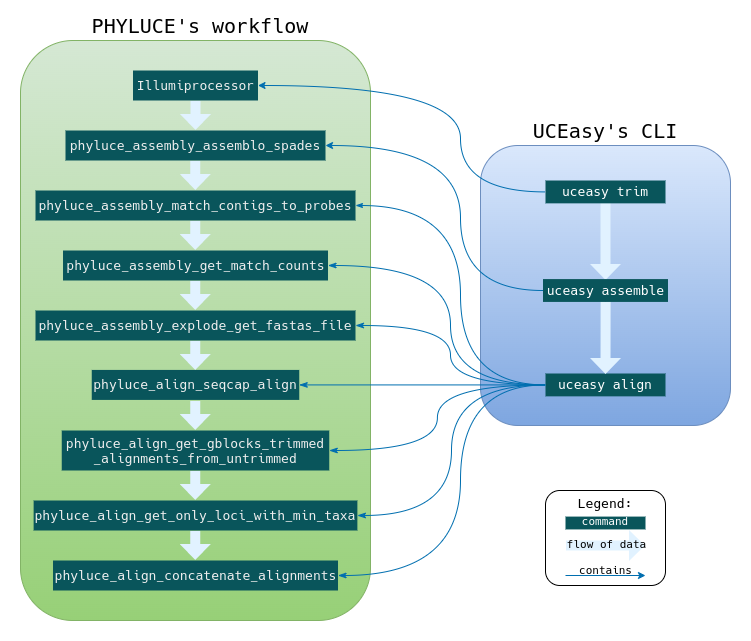
This is docs/img/phyluce-uceasy-comparison.png from uceasy/uceasy, a draw.io export, as it was before one commit. Source tidied: cells renumbered, new cells last; positions are measured from the earlier drawing's top-left corner, leaving out a move shared by most shapes.
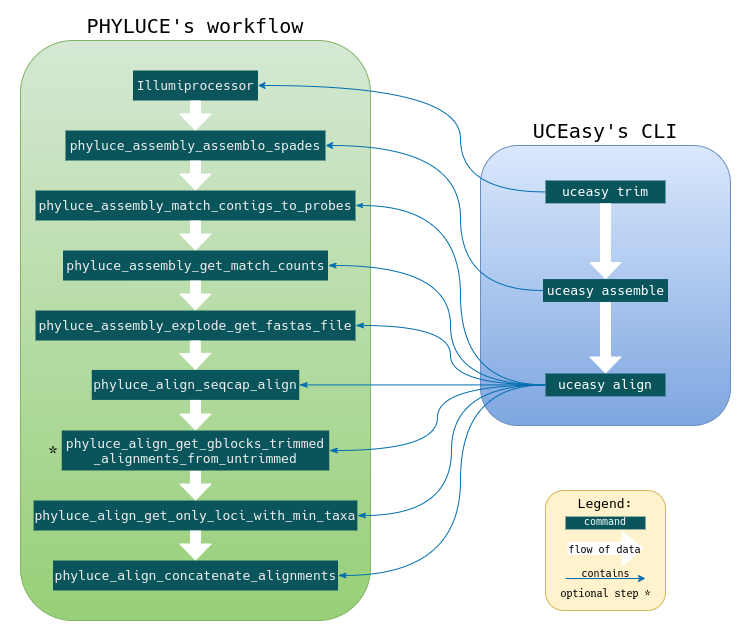
Later version of the same file.

Diff of the diagram source:
```diff
@@ -21,67 +21,57 @@
       <mxGeometry x="62.5" y="250" width="265" height="30" as="geometry" />
     </mxCell>
     <mxCell id="8" value="phyluce_align_seqcap_align" style="rounded=0;whiteSpace=wrap;html=1;sketch=0;fontColor=#EEEEEE;strokeColor=none;fillColor=#09555B;fontFamily=Hack;fontSize=13;" parent="1" vertex="1">
-      <mxGeometry x="91.2" y="369.4" width="207.5" height="30" as="geometry" />
+      <mxGeometry x="91.3" y="369.4" width="207.5" height="30" as="geometry" />
     </mxCell>
     <mxCell id="9" value="phyluce_assembly_explode_get_fastas_file" style="rounded=0;whiteSpace=wrap;html=1;sketch=0;fontColor=#EEEEEE;strokeColor=none;fillColor=#09555B;fontFamily=Hack;fontSize=13;" parent="1" vertex="1">
       <mxGeometry x="35" y="310" width="320" height="30" as="geometry" />
     </mxCell>
-    <mxCell id="10" value="phyluce_align_get_gblocks_trimmed&lt;br style=&quot;font-size: 13px;&quot;&gt;_alignments_from_untrimmed" style="rounded=0;whiteSpace=wrap;html=1;sketch=0;fontColor=#EEEEEE;strokeColor=none;fillColor=#09555B;fontFamily=Hack;fontSize=13;" parent="1" vertex="1">
-      <mxGeometry x="61.2" y="430" width="267.5" height="40" as="geometry" />
-    </mxCell>
     <mxCell id="11" value="phyluce_align_get_only_loci_with_min_taxa" style="rounded=0;whiteSpace=wrap;html=1;sketch=0;fontColor=#EEEEEE;strokeColor=none;fillColor=#09555B;fontFamily=Hack;fontSize=13;" parent="1" vertex="1">
       <mxGeometry x="33.1" y="500" width="323.8" height="30" as="geometry" />
     </mxCell>
     <mxCell id="12" value="phyluce_align_concatenate_alignments" style="rounded=0;whiteSpace=wrap;html=1;sketch=0;fontColor=#EEEEEE;strokeColor=none;fillColor=#09555B;fontFamily=Hack;fontSize=13;" parent="1" vertex="1">
       <mxGeometry x="52.5" y="560" width="285" height="30" as="geometry" />
     </mxCell>
-    <mxCell id="13" style="shape=flexArrow;endArrow=classic;html=1;rounded=0;fontFamily=Hack;fontSize=13;horizontal=1;strokeWidth=1;endSize=5;startSize=4;strokeColor=none;entryX=0.5;entryY=0;entryDx=0;entryDy=0;exitX=0.5;exitY=1;exitDx=0;exitDy=0;fillColor=#E1F2FF;" parent="1" edge="1" source="4" target="5">
-      <mxGeometry relative="1" as="geometry" />
+    <mxCell id="13" style="shape=flexArrow;endArrow=classic;html=1;rounded=0;fontFamily=Hack;fontSize=13;horizontal=1;strokeWidth=1;endSize=5;startSize=4;strokeColor=#FFFFFF;entryX=0.5;entryY=0;entryDx=0;entryDy=0;exitX=0.5;exitY=1;exitDx=0;exitDy=0;fillColor=#FFFFFF;" parent="1" edge="1" source="4" target="5">
+      <mxGeometry relative="1" as="geometry">
+        <Array as="points">
+          <mxPoint x="195" y="120" />
+        </Array>
+      </mxGeometry>
     </mxCell>
-    <mxCell id="14" style="shape=flexArrow;endArrow=classic;html=1;rounded=0;fontFamily=Hack;fontSize=13;horizontal=1;strokeWidth=1;endSize=5;startSize=4;strokeColor=none;entryX=0.5;entryY=0;entryDx=0;entryDy=0;exitX=0.5;exitY=1;exitDx=0;exitDy=0;fillColor=#E1F2FF;" parent="1" edge="1">
+    <mxCell id="14" style="shape=flexArrow;endArrow=classic;html=1;rounded=0;fontFamily=Hack;fontSize=13;horizontal=1;strokeWidth=1;endSize=5;startSize=4;strokeColor=#FFFFFF;entryX=0.5;entryY=0;entryDx=0;entryDy=0;exitX=0.5;exitY=1;exitDx=0;exitDy=0;fillColor=#FFFFFF;" parent="1" edge="1">
       <mxGeometry relative="1" as="geometry">
-        <mxPoint x="194.8" y="160" as="sourcePoint" />
-        <mxPoint x="194.8" y="190" as="targetPoint" />
+        <mxPoint x="194.9" y="160" as="sourcePoint" />
+        <mxPoint x="194.9" y="190" as="targetPoint" />
       </mxGeometry>
     </mxCell>
-    <mxCell id="15" style="shape=flexArrow;endArrow=classic;html=1;rounded=0;fontFamily=Hack;fontSize=13;horizontal=1;strokeWidth=1;endSize=5;startSize=4;strokeColor=none;entryX=0.5;entryY=0;entryDx=0;entryDy=0;exitX=0.5;exitY=1;exitDx=0;exitDy=0;fillColor=#E1F2FF;" parent="1" edge="1">
+    <mxCell id="15" style="shape=flexArrow;endArrow=classic;html=1;rounded=0;fontFamily=Hack;fontSize=13;horizontal=1;strokeWidth=1;endSize=5;startSize=4;strokeColor=#FFFFFF;entryX=0.5;entryY=0;entryDx=0;entryDy=0;exitX=0.5;exitY=1;exitDx=0;exitDy=0;fillColor=#FFFFFF;" parent="1" edge="1">
       <mxGeometry relative="1" as="geometry">
-        <mxPoint x="194.8" y="220" as="sourcePoint" />
-        <mxPoint x="194.8" y="250" as="targetPoint" />
+        <mxPoint x="194.9" y="220" as="sourcePoint" />
+        <mxPoint x="194.9" y="250" as="targetPoint" />
       </mxGeometry>
     </mxCell>
+    <mxCell id="17" style="shape=flexArrow;endArrow=classic;html=1;rounded=0;fontFamily=Hack;fontSize=13;horizontal=1;strokeWidth=1;endSize=5;startSize=4;strokeColor=#FFFFFF;entryX=0.5;entryY=0;entryDx=0;entryDy=0;exitX=0.5;exitY=1;exitDx=0;exitDy=0;fillColor=#FFFFFF;" parent="1" edge="1" source="8" target="10">
+      <mxGeometry relative="1" as="geometry" />
+    </mxCell>
-    <mxCell id="16" style="shape=flexArrow;endArrow=classic;html=1;rounded=0;fontFamily=Hack;fontSize=13;horizontal=1;strokeWidth=1;endSize=5;startSize=4;strokeColor=none;entryX=0.5;entryY=0;entryDx=0;entryDy=0;exitX=0.5;exitY=1;exitDx=0;exitDy=0;fillColor=#E1F2FF;" parent="1" edge="1">
-      <mxGeometry relative="1" as="geometry">
-        <mxPoint x="194.8" y="470" as="sourcePoint" />
-        <mxPoint x="194.8" y="500" as="targetPoint" />
-      </mxGeometry>
+    <mxCell id="16" style="shape=flexArrow;endArrow=classic;html=1;rounded=0;fontFamily=Hack;fontSize=13;horizontal=1;strokeWidth=1;endSize=5;startSize=4;strokeColor=#FFFFFF;entryX=0.5;entryY=0;entryDx=0;entryDy=0;exitX=0.5;exitY=1;exitDx=0;exitDy=0;fillColor=#FFFFFF;" parent="1" edge="1" source="10" target="11">
+      <mxGeometry relative="1" as="geometry" />
     </mxCell>
-    <mxCell id="17" style="shape=flexArrow;endArrow=classic;html=1;rounded=0;fontFamily=Hack;fontSize=13;horizontal=1;strokeWidth=1;endSize=5;startSize=4;strokeColor=none;entryX=0.5;entryY=0;entryDx=0;entryDy=0;exitX=0.5;exitY=1;exitDx=0;exitDy=0;fillColor=#E1F2FF;" parent="1" edge="1">
-      <mxGeometry relative="1" as="geometry">
-        <mxPoint x="194.8" y="400" as="sourcePoint" />
-        <mxPoint x="194.8" y="430" as="targetPoint" />
-      </mxGeometry>
-    </mxCell>
-    <mxCell id="18" style="shape=flexArrow;endArrow=classic;html=1;rounded=0;fontFamily=Hack;fontSize=13;horizontal=1;strokeWidth=1;endSize=5;startSize=4;strokeColor=none;entryX=0.5;entryY=0;entryDx=0;entryDy=0;exitX=0.5;exitY=1;exitDx=0;exitDy=0;fillColor=#E1F2FF;" parent="1" edge="1">
+    <mxCell id="18" style="shape=flexArrow;endArrow=classic;html=1;rounded=0;fontFamily=Hack;fontSize=13;horizontal=1;strokeWidth=1;endSize=5;startSize=4;strokeColor=#FFFFFF;entryX=0.5;entryY=0;entryDx=0;entryDy=0;exitX=0.5;exitY=1;exitDx=0;exitDy=0;fillColor=#FFFFFF;" parent="1" edge="1" target="8">
       <mxGeometry relative="1" as="geometry">
         <mxPoint x="194.8" y="340" as="sourcePoint" />
-        <mxPoint x="194.8" y="370" as="targetPoint" />
       </mxGeometry>
     </mxCell>
-    <mxCell id="19" style="shape=flexArrow;endArrow=classic;html=1;rounded=0;fontFamily=Hack;fontSize=13;horizontal=1;strokeWidth=1;endSize=5;startSize=4;strokeColor=none;entryX=0.5;entryY=0;entryDx=0;entryDy=0;exitX=0.5;exitY=1;exitDx=0;exitDy=0;fillColor=#E1F2FF;" parent="1" edge="1">
+    <mxCell id="19" style="shape=flexArrow;endArrow=classic;html=1;rounded=0;fontFamily=Hack;fontSize=13;horizontal=1;strokeWidth=1;endSize=5;startSize=4;strokeColor=#FFFFFF;entryX=0.5;entryY=0;entryDx=0;entryDy=0;fillColor=#FFFFFF;" parent="1" edge="1" source="7">
       <mxGeometry relative="1" as="geometry">
-        <mxPoint x="194.8" y="280" as="sourcePoint" />
-        <mxPoint x="194.8" y="310" as="targetPoint" />
+        <mxPoint x="194.9" y="310" as="targetPoint" />
       </mxGeometry>
     </mxCell>
-    <mxCell id="20" style="shape=flexArrow;endArrow=classic;html=1;rounded=0;fontFamily=Hack;fontSize=13;horizontal=1;strokeWidth=1;endSize=5;startSize=4;strokeColor=none;entryX=0.5;entryY=0;entryDx=0;entryDy=0;exitX=0.5;exitY=1;exitDx=0;exitDy=0;fillColor=#E1F2FF;" parent="1" edge="1">
-      <mxGeometry relative="1" as="geometry">
-        <mxPoint x="194.8" y="530" as="sourcePoint" />
-        <mxPoint x="194.8" y="560" as="targetPoint" />
-      </mxGeometry>
+    <mxCell id="20" style="shape=flexArrow;endArrow=classic;html=1;rounded=0;fontFamily=Hack;fontSize=13;horizontal=1;strokeWidth=1;endSize=5;startSize=4;strokeColor=#FFFFFF;entryX=0.5;entryY=0;entryDx=0;entryDy=0;exitX=0.5;exitY=1;exitDx=0;exitDy=0;fillColor=#FFFFFF;" parent="1" edge="1" source="11" target="12">
+      <mxGeometry relative="1" as="geometry" />
     </mxCell>
     <mxCell id="21" value="&lt;font style=&quot;font-size: 20px;&quot;&gt;PHYLUCE's workflow&lt;/font&gt;" style="text;html=1;strokeColor=none;fillColor=none;align=center;verticalAlign=middle;whiteSpace=wrap;rounded=0;fontFamily=Hack;fontSize=20;" parent="1" vertex="1">
-      <mxGeometry x="76.2" y="10" width="247.5" height="30" as="geometry" />
+      <mxGeometry x="71.3" y="10" width="247.5" height="30" as="geometry" />
     </mxCell>
     <mxCell id="22" style="group;fontSize=13;" parent="1" vertex="1">
       <mxGeometry x="480" y="125" width="250" height="330" as="geometry" />
@@ -89,28 +79,18 @@
     <mxCell id="23" style="rounded=1;whiteSpace=wrap;html=1;fillColor=#dae8fc;strokeColor=#6c8ebf;gradientColor=#7ea6e0;fontSize=13;" parent="22" vertex="1">
       <mxGeometry y="20" width="250" height="280" as="geometry" />
     </mxCell>
-    <mxCell id="24" style="edgeStyle=orthogonalEdgeStyle;curved=1;jettySize=auto;html=1;fontFamily=Hack;fontSize=13;" parent="22" edge="1" target="25">
-      <mxGeometry x="575" y="282.1" as="geometry">
-        <mxPoint x="125" y="80" as="sourcePoint" />
-      </mxGeometry>
-    </mxCell>
     <mxCell id="25" value="uceasy align" style="rounded=0;whiteSpace=wrap;html=1;fillColor=#09555B;fontColor=#ffffff;strokeColor=none;fontFamily=Hack;fontSize=13;" parent="22" vertex="1">
       <mxGeometry x="65" y="248" width="120" height="22.9" as="geometry" />
     </mxCell>
-    <mxCell id="26" style="shape=flexArrow;endArrow=classic;html=1;rounded=0;fontFamily=Hack;fontSize=13;horizontal=1;strokeWidth=1;endSize=5;startSize=4;strokeColor=none;entryX=0.5;entryY=0.045;entryDx=0;entryDy=0;exitX=0.501;exitY=0.946;exitDx=0;exitDy=0;fillColor=#E1F2FF;exitPerimeter=0;entryPerimeter=0;" parent="22" edge="1" source="31" target="25">
+    <mxCell id="26" style="shape=flexArrow;endArrow=classic;html=1;rounded=0;fontFamily=Hack;fontSize=13;horizontal=1;strokeWidth=1;endSize=5;startSize=4;strokeColor=#FFFFFF;exitX=0.5;exitY=1;exitDx=0;exitDy=0;fillColor=#FFFFFF;entryX=0.5;entryY=0;entryDx=0;entryDy=0;" parent="22" edge="1" source="31" target="25">
       <mxGeometry x="575" y="282.1" as="geometry" />
     </mxCell>
     <mxCell id="27" style="edgeStyle=orthogonalEdgeStyle;curved=1;orthogonalLoop=1;jettySize=auto;html=1;exitX=0.5;exitY=1;exitDx=0;exitDy=0;fontFamily=Hack;fontSize=13;strokeColor=#000000;fillColor=default;" parent="22" edge="1" source="25" target="25">
       <mxGeometry x="575" y="282.1" as="geometry" />
     </mxCell>
-    <mxCell id="28" style="shape=flexArrow;endArrow=classic;html=1;rounded=0;fontFamily=Hack;fontSize=13;horizontal=1;strokeWidth=1;endSize=5;startSize=4;strokeColor=none;fillColor=#E1F2FF;entryX=0.499;entryY=0.059;entryDx=0;entryDy=0;entryPerimeter=0;" parent="22" edge="1" target="31">
-      <mxGeometry x="64.7" y="-48.7" as="geometry">
-        <mxPoint x="125" y="75" as="sourcePoint" />
-      </mxGeometry>
+    <mxCell id="28" style="shape=flexArrow;endArrow=classic;html=1;rounded=0;fontFamily=Hack;fontSize=13;horizontal=1;strokeWidth=1;endSize=5;startSize=4;strokeColor=#FFFFFF;fillColor=default;exitX=0.5;exitY=1;exitDx=0;exitDy=0;entryX=0.5;entryY=0;entryDx=0;entryDy=0;" parent="22" edge="1" source="30" target="31">
+      <mxGeometry x="64.7" y="-48.7" as="geometry" />
     </mxCell>
-    <mxCell id="29" value="&lt;font style=&quot;font-size: 20px;&quot;&gt;UCEasy's CLI&lt;/font&gt;" style="text;html=1;strokeColor=none;fillColor=none;align=center;verticalAlign=middle;whiteSpace=wrap;rounded=0;fontFamily=Hack;fontSize=20;" parent="22" vertex="1">
-      <mxGeometry x="1.2" y="-10" width="247.5" height="30" as="geometry" />
-    </mxCell>
     <mxCell id="30" value="uceasy trim" style="rounded=0;whiteSpace=wrap;html=1;fillColor=#09555B;fontColor=#ffffff;strokeColor=none;fontFamily=Hack;fontSize=13;" parent="22" vertex="1">
       <mxGeometry x="65" y="55" width="120" height="22.9" as="geometry" />
     </mxCell>
@@ -169,37 +149,46 @@
         </Array>
       </mxGeometry>
     </mxCell>
-    <mxCell id="41" style="group;fontSize=13;" parent="1" vertex="1">
-      <mxGeometry x="545" y="490" width="120" height="95" as="geometry" />
-    </mxCell>
+    <mxCell id="49" value="&lt;font face=&quot;Go Mono&quot; style=&quot;font-size: 15px&quot;&gt;*&lt;/font&gt;" style="text;html=1;strokeColor=none;fillColor=none;align=center;verticalAlign=middle;whiteSpace=wrap;rounded=0;" parent="1" vertex="1">
+      <mxGeometry x="46.8" y="440" width="12.5" height="20" as="geometry" />
+    </mxCell>
-    <mxCell id="42" style="rounded=1;whiteSpace=wrap;html=1;fontFamily=Hack;fontSize=13;" parent="41" vertex="1">
-      <mxGeometry width="120" height="95" as="geometry" />
+    <mxCell id="42" style="rounded=1;whiteSpace=wrap;html=1;fontFamily=Hack;fontSize=13;fillColor=#fff2cc;strokeColor=#d6b656;" parent="1" vertex="1">
+      <mxGeometry x="545" y="490" width="120" height="120" as="geometry" />
     </mxCell>
-    <mxCell id="43" value="Legend:" style="text;html=1;strokeColor=none;fillColor=none;align=center;verticalAlign=middle;whiteSpace=wrap;rounded=0;fontFamily=Hack;fontSize=13;" parent="41" vertex="1">
-      <mxGeometry x="30" width="60" height="25" as="geometry" />
+    <mxCell id="43" value="Legend:" style="text;html=1;strokeColor=none;fillColor=none;align=center;verticalAlign=middle;whiteSpace=wrap;rounded=0;fontFamily=Hack;fontSize=13;" parent="1" vertex="1">
+      <mxGeometry x="575" y="490" width="60" height="25" as="geometry" />
     </mxCell>
-    <mxCell id="44" value="&lt;font style=&quot;font-size: 11px;&quot;&gt;&lt;sup style=&quot;font-size: 11px;&quot;&gt;command&lt;/sup&gt;&lt;/font&gt;" style="rounded=0;whiteSpace=wrap;html=1;fillColor=#09555B;fontColor=#ffffff;strokeColor=none;fontFamily=Hack;align=center;fontSize=11;" parent="41" vertex="1">
-      <mxGeometry x="20" y="26.1" width="80" height="12.8" as="geometry" />
+    <mxCell id="44" value="&lt;sup&gt;&lt;font style=&quot;font-size: 10px&quot;&gt;command&lt;/font&gt;&lt;/sup&gt;" style="rounded=0;whiteSpace=wrap;html=1;fillColor=#09555B;fontColor=#ffffff;strokeColor=none;fontFamily=Hack;align=center;fontSize=11;" parent="1" vertex="1">
+      <mxGeometry x="565" y="516.1" width="80" height="12.8" as="geometry" />
     </mxCell>
-    <mxCell id="45" style="shape=flexArrow;endArrow=classic;html=1;rounded=0;fontFamily=Hack;fontSize=13;horizontal=1;strokeWidth=1;endSize=5;startSize=5;strokeColor=none;fillColor=#E1F2FF;labelBackgroundColor=none;sourcePerimeterSpacing=0;targetPerimeterSpacing=0;" parent="41" edge="1">
-      <mxGeometry x="-523.3" y="-310.7" as="geometry">
-        <mxPoint x="20" y="55" as="sourcePoint" />
-        <mxPoint x="100" y="55" as="targetPoint" />
+    <mxCell id="45" style="shape=flexArrow;endArrow=classic;html=1;rounded=0;fontFamily=Hack;fontSize=13;horizontal=1;strokeWidth=4;endSize=6;startSize=6;strokeColor=none;fillColor=#FFFFFF;labelBackgroundColor=none;sourcePerimeterSpacing=0;targetPerimeterSpacing=0;" parent="1" edge="1">
+      <mxGeometry x="51.7" y="292.3" as="geometry">
+        <mxPoint x="565" y="548" as="sourcePoint" />
+        <mxPoint x="645" y="548" as="targetPoint" />
       </mxGeometry>
     </mxCell>
-    <mxCell id="46" value="&lt;font style=&quot;font-size: 11px;&quot;&gt;flow of data&lt;/font&gt;" style="edgeLabel;html=1;align=center;verticalAlign=middle;fontSize=11;fontFamily=Hack;labelBackgroundColor=none;" parent="45" vertex="1">
+    <mxCell id="46" value="&lt;font style=&quot;font-size: 10px&quot;&gt;flow of data&lt;/font&gt;" style="edgeLabel;html=1;align=center;verticalAlign=middle;fontSize=11;fontFamily=Hack;labelBackgroundColor=none;" parent="45" vertex="1">
       <mxGeometry relative="1" as="geometry">
-        <mxPoint y="-2" as="offset" />
+        <mxPoint x="-2" as="offset" />
       </mxGeometry>
     </mxCell>
-    <mxCell id="47" style="endArrow=classic;html=1;labelBackgroundColor=none;fontFamily=Hack;fontSize=13;startSize=5;endSize=5;sourcePerimeterSpacing=0;targetPerimeterSpacing=0;strokeColor=#006EAF;fillColor=default;curved=1;endFill=1;" parent="41" edge="1">
-      <mxGeometry as="geometry">
-        <mxPoint x="20" y="85" as="sourcePoint" />
-        <mxPoint x="100" y="85" as="targetPoint" />
+    <mxCell id="47" style="endArrow=classic;html=1;labelBackgroundColor=none;fontFamily=Hack;fontSize=13;startSize=5;endSize=5;sourcePerimeterSpacing=0;targetPerimeterSpacing=0;strokeColor=#006EAF;fillColor=default;curved=1;endFill=1;" parent="1" edge="1">
+      <mxGeometry x="575" y="603" as="geometry">
+        <mxPoint x="565" y="578" as="sourcePoint" />
+        <mxPoint x="645" y="578" as="targetPoint" />
       </mxGeometry>
     </mxCell>
-    <mxCell id="48" value="contains" style="text;html=1;align=center;verticalAlign=middle;strokeColor=none;fillColor=none;fontSize=11;fontFamily=Hack;" parent="41" vertex="1">
-      <mxGeometry x="25" y="70" width="70" height="20" as="geometry" />
+    <mxCell id="48" value="&lt;font style=&quot;font-size: 10px&quot;&gt;contains&lt;/font&gt;" style="text;html=1;align=center;verticalAlign=middle;strokeColor=none;fillColor=none;fontSize=11;fontFamily=Hack;" parent="1" vertex="1">
+      <mxGeometry x="575" y="563" width="60" height="20" as="geometry" />
     </mxCell>
+    <mxCell id="50" value="&lt;font style=&quot;font-size: 10px&quot;&gt;optional step *&lt;/font&gt;" style="text;html=1;strokeColor=none;fillColor=none;align=center;verticalAlign=middle;whiteSpace=wrap;rounded=0;fontFamily=Go Mono;fontSize=15;" parent="1" vertex="1">
+      <mxGeometry x="547.5" y="586" width="115" height="10" as="geometry" />
+    </mxCell>
+    <mxCell id="10" value="phyluce_align_get_gblocks_trimmed&lt;br style=&quot;font-size: 13px;&quot;&gt;_alignments_from_untrimmed" style="rounded=0;whiteSpace=wrap;html=1;sketch=0;fontColor=#EEEEEE;strokeColor=none;fillColor=#09555B;fontFamily=Hack;fontSize=13;" parent="1" vertex="1">
+      <mxGeometry x="61.2" y="430" width="267.5" height="40" as="geometry" />
+    </mxCell>
+    <mxCell id="29" value="&lt;font style=&quot;font-size: 20px;&quot;&gt;UCEasy's CLI&lt;/font&gt;" style="text;html=1;strokeColor=none;fillColor=none;align=center;verticalAlign=middle;whiteSpace=wrap;rounded=0;fontFamily=Hack;fontSize=20;" parent="1" vertex="1">
+      <mxGeometry x="481.2" y="115" width="247.5" height="30" as="geometry" />
+    </mxCell>
   </root>
 </mxGraphModel>
```
